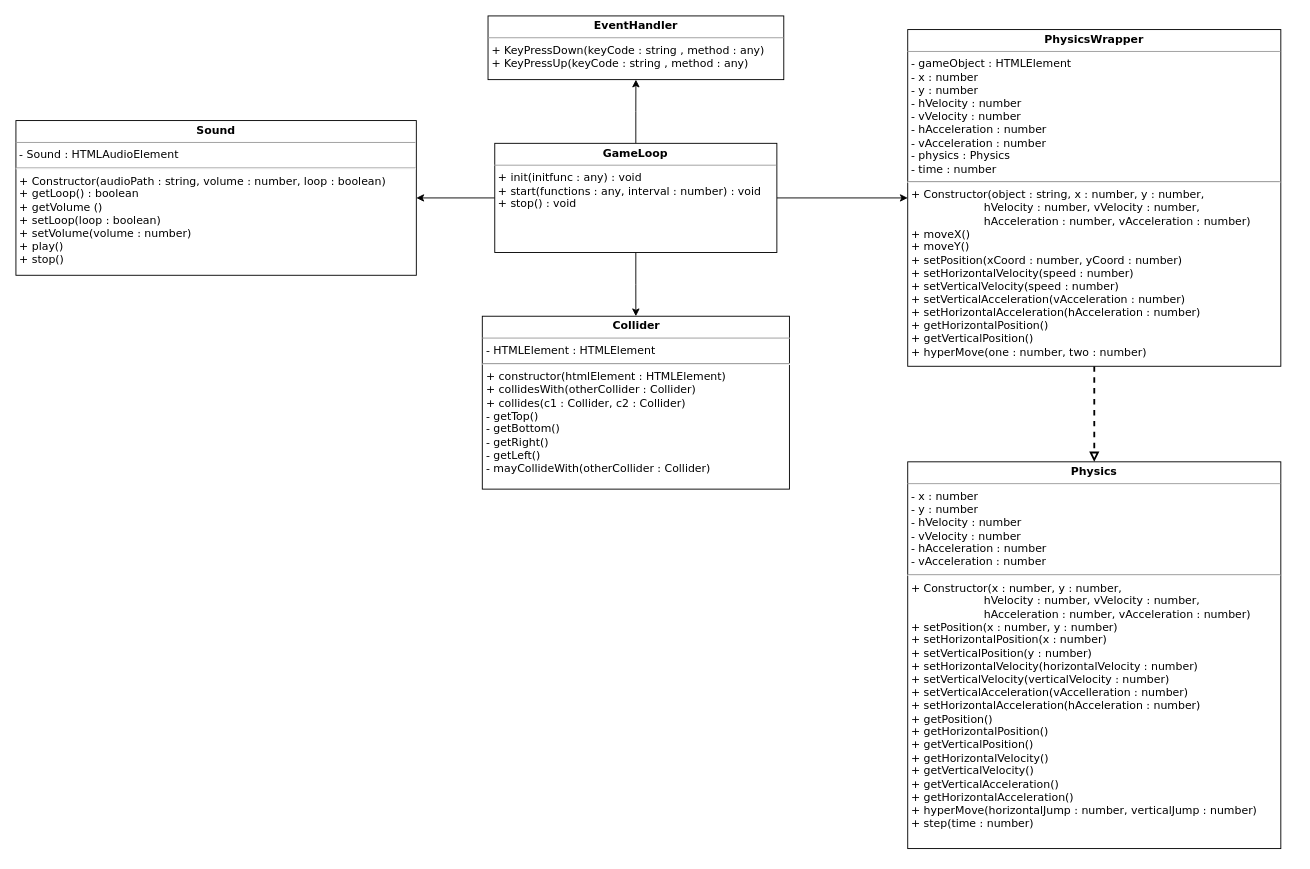
Earlier version of the draw.io diagram flappyengine/Diagrams/Class/Class.drawio (jogvanrs/flappybird2.0). Source tidied: cells renumbered, new cells numbered last; positions are measured from the earlier drawing's top-left corner, leaving out a move shared by most shapes. Both pictures are drawn from the tidied source at 91%, with x=0, y=0 at pixel (15, 15).
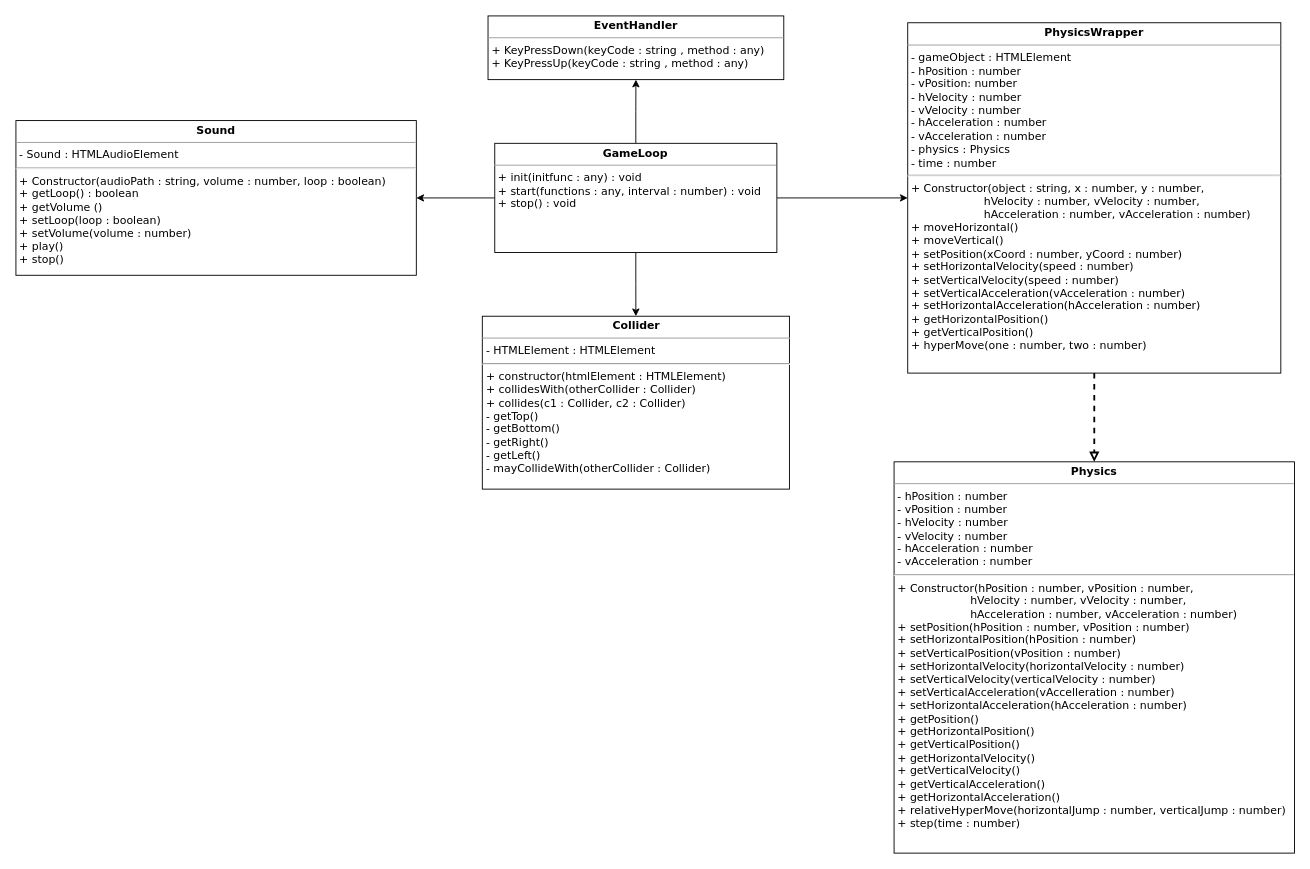
Above is the later version.

Commit message:
updated class diagram to refactored

Diff of the diagram source:
```diff
@@
 <mxGraphModel>
   <root>
     <mxCell id="0" />
     <mxCell id="1" parent="0" />
     <mxCell id="2" style="edgeStyle=orthogonalEdgeStyle;rounded=0;jettySize=auto;html=1;" parent="1" edge="1" source="6" target="12">
       <mxGeometry relative="1" as="geometry" />
     </mxCell>
     <mxCell id="3" style="edgeStyle=orthogonalEdgeStyle;rounded=0;jettySize=auto;html=1;entryX=0.5;entryY=1;entryDx=0;entryDy=0;" parent="1" edge="1" source="6" target="7">
       <mxGeometry relative="1" as="geometry" />
     </mxCell>
     <mxCell id="4" style="edgeStyle=orthogonalEdgeStyle;rounded=0;jettySize=auto;html=1;entryX=0.5;entryY=0;entryDx=0;entryDy=0;" parent="1" edge="1" source="6" target="8">
       <mxGeometry relative="1" as="geometry" />
     </mxCell>
     <mxCell id="5" style="edgeStyle=orthogonalEdgeStyle;rounded=0;jettySize=auto;html=1;" parent="1" edge="1" source="6" target="13">
       <mxGeometry relative="1" as="geometry" />
     </mxCell>
     <mxCell id="6" value="&lt;p style=&quot;margin: 0px ; margin-top: 4px ; text-align: center&quot;&gt;&lt;b&gt;&lt;font face=&quot;Verdana&quot;&gt;GameLoop&lt;/font&gt;&lt;/b&gt;&lt;/p&gt;&lt;hr size=&quot;1&quot;&gt;&lt;p style=&quot;margin: 0px ; margin-left: 4px&quot;&gt;&lt;font face=&quot;Verdana&quot;&gt;+ init(initfunc : any) : void&lt;br&gt;+ start(functions : any, interval : number) : void&amp;nbsp;&lt;/font&gt;&lt;/p&gt;&lt;p style=&quot;margin: 0px ; margin-left: 4px&quot;&gt;&lt;font face=&quot;Verdana&quot;&gt;+ stop() : void&lt;/font&gt;&lt;/p&gt;" style="verticalAlign=top;align=left;overflow=fill;fontSize=12;fontFamily=Helvetica;html=1;" parent="1" vertex="1">
       <mxGeometry x="526.2" y="140" width="310" height="120" as="geometry" />
     </mxCell>
     <mxCell id="7" value="&lt;p style=&quot;margin: 0px ; margin-top: 4px ; text-align: center&quot;&gt;&lt;font face=&quot;Verdana&quot;&gt;&lt;b&gt;EventHandler&lt;/b&gt;&lt;/font&gt;&lt;/p&gt;&lt;hr size=&quot;1&quot;&gt;&lt;p style=&quot;margin: 0px ; margin-left: 4px&quot;&gt;&lt;span style=&quot;font-family: &amp;#34;verdana&amp;#34;&quot;&gt;+ KeyPressDown(keyCode : string , method : any)&lt;/span&gt;&lt;br&gt;&lt;/p&gt;&lt;p style=&quot;margin: 0px ; margin-left: 4px&quot;&gt;&lt;span style=&quot;font-family: &amp;#34;verdana&amp;#34;&quot;&gt;+ KeyPressUp(keyCode : string , method : any)&lt;/span&gt;&lt;br&gt;&lt;/p&gt;" style="verticalAlign=top;align=left;overflow=fill;fontSize=12;fontFamily=Helvetica;html=1;" parent="1" vertex="1">
       <mxGeometry x="518.8" width="325" height="70" as="geometry" />
     </mxCell>
     <mxCell id="8" value="&lt;p style=&quot;margin: 0px ; margin-top: 4px ; text-align: center&quot;&gt;&lt;b&gt;&lt;font face=&quot;Verdana&quot;&gt;Collider&lt;/font&gt;&lt;/b&gt;&lt;/p&gt;&lt;hr size=&quot;1&quot;&gt;&lt;p style=&quot;margin: 0px ; margin-left: 4px&quot;&gt;&lt;font face=&quot;Verdana&quot;&gt;- HTMLElement : HTMLElement&lt;/font&gt;&lt;/p&gt;&lt;hr&gt;&lt;p style=&quot;margin: 0px 0px 0px 4px&quot;&gt;&lt;font face=&quot;Verdana&quot;&gt;+ constructor(htmlElement : HTMLElement)&lt;/font&gt;&lt;/p&gt;&lt;p style=&quot;margin: 0px 0px 0px 4px&quot;&gt;&lt;font face=&quot;Verdana&quot;&gt;+ collidesWith(otherCollider : Collider)&lt;/font&gt;&lt;/p&gt;&lt;p style=&quot;margin: 0px 0px 0px 4px&quot;&gt;&lt;font face=&quot;Verdana&quot;&gt;+ collides(c1 : Collider, c2 : Collider)&lt;/font&gt;&lt;/p&gt;&lt;p style=&quot;margin: 0px 0px 0px 4px&quot;&gt;&lt;font face=&quot;Verdana&quot;&gt;- getTop()&lt;/font&gt;&lt;/p&gt;&lt;p style=&quot;margin: 0px 0px 0px 4px&quot;&gt;&lt;font face=&quot;Verdana&quot;&gt;- getBottom()&lt;/font&gt;&lt;/p&gt;&lt;p style=&quot;margin: 0px 0px 0px 4px&quot;&gt;&lt;font face=&quot;Verdana&quot;&gt;- getRight()&lt;/font&gt;&lt;/p&gt;&lt;p style=&quot;margin: 0px 0px 0px 4px&quot;&gt;&lt;font face=&quot;Verdana&quot;&gt;- getLeft()&lt;/font&gt;&lt;/p&gt;&lt;p style=&quot;margin: 0px 0px 0px 4px&quot;&gt;&lt;font face=&quot;Verdana&quot;&gt;- mayCollideWith(otherCollider : Collider)&lt;/font&gt;&lt;/p&gt;" style="verticalAlign=top;align=left;overflow=fill;fontSize=12;fontFamily=Helvetica;html=1;" parent="1" vertex="1">
       <mxGeometry x="512.5" y="330" width="337.5" height="190" as="geometry" />
     </mxCell>
-    <mxCell id="9" value="&lt;p style=&quot;margin: 0px ; margin-top: 4px ; text-align: center&quot;&gt;&lt;b&gt;&lt;font face=&quot;Verdana&quot;&gt;Physics&lt;/font&gt;&lt;/b&gt;&lt;/p&gt;&lt;hr size=&quot;1&quot;&gt;&lt;p style=&quot;margin: 0px ; margin-left: 4px&quot;&gt;&lt;font face=&quot;Verdana&quot;&gt;- x : number&lt;/font&gt;&lt;/p&gt;&lt;p style=&quot;margin: 0px ; margin-left: 4px&quot;&gt;&lt;font face=&quot;Verdana&quot;&gt;- y : number&lt;/font&gt;&lt;/p&gt;&lt;p style=&quot;margin: 0px ; margin-left: 4px&quot;&gt;&lt;font face=&quot;Verdana&quot;&gt;- hVelocity : number&lt;/font&gt;&lt;/p&gt;&lt;p style=&quot;margin: 0px ; margin-left: 4px&quot;&gt;&lt;font face=&quot;Verdana&quot;&gt;- vVelocity : number&lt;/font&gt;&lt;/p&gt;&lt;p style=&quot;margin: 0px ; margin-left: 4px&quot;&gt;&lt;font face=&quot;Verdana&quot;&gt;- hAcceleration : number&lt;/font&gt;&lt;/p&gt;&lt;p style=&quot;margin: 0px ; margin-left: 4px&quot;&gt;&lt;font face=&quot;Verdana&quot;&gt;- vAcceleration : number&lt;/font&gt;&lt;/p&gt;&lt;hr&gt;&lt;p style=&quot;margin: 0px 0px 0px 4px&quot;&gt;&lt;font face=&quot;Verdana&quot;&gt;+ Constructor(x : number, y : number,&lt;/font&gt;&lt;/p&gt;&lt;p style=&quot;margin: 0px 0px 0px 4px&quot;&gt;&lt;font face=&quot;Verdana&quot;&gt;&amp;nbsp; &amp;nbsp; &amp;nbsp; &amp;nbsp; &amp;nbsp; &amp;nbsp; &amp;nbsp; &amp;nbsp; &amp;nbsp; &amp;nbsp; &amp;nbsp;hVelocity : number, vVelocity : number,&lt;/font&gt;&lt;/p&gt;&lt;p style=&quot;margin: 0px 0px 0px 4px&quot;&gt;&lt;font face=&quot;Verdana&quot;&gt;&amp;nbsp; &amp;nbsp; &amp;nbsp; &amp;nbsp; &amp;nbsp; &amp;nbsp; &amp;nbsp; &amp;nbsp; &amp;nbsp; &amp;nbsp; &amp;nbsp;hAcceleration : number, vAcceleration : number)&amp;nbsp;&lt;/font&gt;&lt;/p&gt;&lt;p style=&quot;margin: 0px 0px 0px 4px&quot;&gt;&lt;font face=&quot;Verdana&quot;&gt;+ setPosition(x : number, y : number)&lt;/font&gt;&lt;/p&gt;&lt;p style=&quot;margin: 0px 0px 0px 4px&quot;&gt;&lt;font face=&quot;Verdana&quot;&gt;+ setHorizontalPosition(x : number)&lt;/font&gt;&lt;/p&gt;&lt;p style=&quot;margin: 0px 0px 0px 4px&quot;&gt;&lt;font face=&quot;Verdana&quot;&gt;+ setVerticalPosition(y : number)&lt;/font&gt;&lt;/p&gt;&lt;p style=&quot;margin: 0px 0px 0px 4px&quot;&gt;&lt;font face=&quot;Verdana&quot;&gt;+ setHorizontalVelocity(horizontalVelocity : number)&lt;/font&gt;&lt;/p&gt;&lt;p style=&quot;margin: 0px 0px 0px 4px&quot;&gt;&lt;font face=&quot;Verdana&quot;&gt;+ setVerticalVelocity(verticalVelocity : number)&amp;nbsp;&lt;/font&gt;&lt;/p&gt;&lt;p style=&quot;margin: 0px 0px 0px 4px&quot;&gt;&lt;font face=&quot;Verdana&quot;&gt;+ setVerticalAcceleration(vAccelleration : number)&lt;/font&gt;&lt;/p&gt;&lt;p style=&quot;margin: 0px 0px 0px 4px&quot;&gt;&lt;font face=&quot;Verdana&quot;&gt;+ setHorizontalAcceleration(hAcceleration : number)&lt;/font&gt;&lt;/p&gt;&lt;p style=&quot;margin: 0px 0px 0px 4px&quot;&gt;&lt;font face=&quot;Verdana&quot;&gt;+ getPosition()&lt;/font&gt;&lt;/p&gt;&lt;p style=&quot;margin: 0px 0px 0px 4px&quot;&gt;&lt;font face=&quot;Verdana&quot;&gt;+ getHorizontalPosition()&lt;/font&gt;&lt;/p&gt;&lt;p style=&quot;margin: 0px 0px 0px 4px&quot;&gt;&lt;font face=&quot;Verdana&quot;&gt;+ getVerticalPosition()&lt;/font&gt;&lt;/p&gt;&lt;p style=&quot;margin: 0px 0px 0px 4px&quot;&gt;&lt;font face=&quot;Verdana&quot;&gt;+ getHorizontalVelocity()&lt;/font&gt;&lt;/p&gt;&lt;p style=&quot;margin: 0px 0px 0px 4px&quot;&gt;&lt;font face=&quot;Verdana&quot;&gt;+ getVerticalVelocity()&amp;nbsp;&lt;/font&gt;&lt;/p&gt;&lt;p style=&quot;margin: 0px 0px 0px 4px&quot;&gt;&lt;font face=&quot;Verdana&quot;&gt;+ getVerticalAcceleration()&lt;/font&gt;&lt;/p&gt;&lt;p style=&quot;margin: 0px 0px 0px 4px&quot;&gt;&lt;font face=&quot;Verdana&quot;&gt;+ getHorizontalAcceleration()&lt;/font&gt;&lt;/p&gt;&lt;p style=&quot;margin: 0px 0px 0px 4px&quot;&gt;&lt;font face=&quot;Verdana&quot;&gt;+ hyperMove(horizontalJump : number, verticalJump : number)&lt;/font&gt;&lt;/p&gt;&lt;p style=&quot;margin: 0px 0px 0px 4px&quot;&gt;&lt;font face=&quot;Verdana&quot;&gt;+ step(time : number)&lt;/font&gt;&lt;/p&gt;" style="verticalAlign=top;align=left;overflow=fill;fontSize=12;fontFamily=Helvetica;html=1;" parent="1" vertex="1">
-      <mxGeometry x="980" y="490" width="410" height="425" as="geometry" />
+    <mxCell id="9" value="&lt;p style=&quot;margin: 0px ; margin-top: 4px ; text-align: center&quot;&gt;&lt;b&gt;&lt;font face=&quot;Verdana&quot;&gt;Physics&lt;/font&gt;&lt;/b&gt;&lt;/p&gt;&lt;hr size=&quot;1&quot;&gt;&lt;p style=&quot;margin: 0px ; margin-left: 4px&quot;&gt;&lt;font face=&quot;Verdana&quot;&gt;- hPosition : number&lt;/font&gt;&lt;/p&gt;&lt;p style=&quot;margin: 0px ; margin-left: 4px&quot;&gt;&lt;font face=&quot;Verdana&quot;&gt;- vPosition : number&lt;/font&gt;&lt;/p&gt;&lt;p style=&quot;margin: 0px ; margin-left: 4px&quot;&gt;&lt;font face=&quot;Verdana&quot;&gt;- hVelocity : number&lt;/font&gt;&lt;/p&gt;&lt;p style=&quot;margin: 0px ; margin-left: 4px&quot;&gt;&lt;font face=&quot;Verdana&quot;&gt;- vVelocity : number&lt;/font&gt;&lt;/p&gt;&lt;p style=&quot;margin: 0px ; margin-left: 4px&quot;&gt;&lt;font face=&quot;Verdana&quot;&gt;- hAcceleration : number&lt;/font&gt;&lt;/p&gt;&lt;p style=&quot;margin: 0px ; margin-left: 4px&quot;&gt;&lt;font face=&quot;Verdana&quot;&gt;- vAcceleration : number&lt;/font&gt;&lt;/p&gt;&lt;hr&gt;&lt;p style=&quot;margin: 0px 0px 0px 4px&quot;&gt;&lt;font face=&quot;Verdana&quot;&gt;+ Constructor(hPosition : number, vPosition : number,&lt;/font&gt;&lt;/p&gt;&lt;p style=&quot;margin: 0px 0px 0px 4px&quot;&gt;&lt;font face=&quot;Verdana&quot;&gt;&amp;nbsp; &amp;nbsp; &amp;nbsp; &amp;nbsp; &amp;nbsp; &amp;nbsp; &amp;nbsp; &amp;nbsp; &amp;nbsp; &amp;nbsp; &amp;nbsp;hVelocity : number, vVelocity : number,&lt;/font&gt;&lt;/p&gt;&lt;p style=&quot;margin: 0px 0px 0px 4px&quot;&gt;&lt;font face=&quot;Verdana&quot;&gt;&amp;nbsp; &amp;nbsp; &amp;nbsp; &amp;nbsp; &amp;nbsp; &amp;nbsp; &amp;nbsp; &amp;nbsp; &amp;nbsp; &amp;nbsp; &amp;nbsp;hAcceleration : number, vAcceleration : number)&amp;nbsp;&lt;/font&gt;&lt;/p&gt;&lt;p style=&quot;margin: 0px 0px 0px 4px&quot;&gt;&lt;font face=&quot;Verdana&quot;&gt;+ setPosition(hPosition : number, vPosition : number)&lt;/font&gt;&lt;/p&gt;&lt;p style=&quot;margin: 0px 0px 0px 4px&quot;&gt;&lt;font face=&quot;Verdana&quot;&gt;+ setHorizontalPosition(hPosition : number)&lt;/font&gt;&lt;/p&gt;&lt;p style=&quot;margin: 0px 0px 0px 4px&quot;&gt;&lt;font face=&quot;Verdana&quot;&gt;+ setVerticalPosition(vPosition : number)&lt;/font&gt;&lt;/p&gt;&lt;p style=&quot;margin: 0px 0px 0px 4px&quot;&gt;&lt;font face=&quot;Verdana&quot;&gt;+ setHorizontalVelocity(horizontalVelocity : number)&lt;/font&gt;&lt;/p&gt;&lt;p style=&quot;margin: 0px 0px 0px 4px&quot;&gt;&lt;font face=&quot;Verdana&quot;&gt;+ setVerticalVelocity(verticalVelocity : number)&amp;nbsp;&lt;/font&gt;&lt;/p&gt;&lt;p style=&quot;margin: 0px 0px 0px 4px&quot;&gt;&lt;font face=&quot;Verdana&quot;&gt;+ setVerticalAcceleration(vAccelleration : number)&lt;/font&gt;&lt;/p&gt;&lt;p style=&quot;margin: 0px 0px 0px 4px&quot;&gt;&lt;font face=&quot;Verdana&quot;&gt;+ setHorizontalAcceleration(hAcceleration : number)&lt;/font&gt;&lt;/p&gt;&lt;p style=&quot;margin: 0px 0px 0px 4px&quot;&gt;&lt;font face=&quot;Verdana&quot;&gt;+ getPosition()&lt;/font&gt;&lt;/p&gt;&lt;p style=&quot;margin: 0px 0px 0px 4px&quot;&gt;&lt;font face=&quot;Verdana&quot;&gt;+ getHorizontalPosition()&lt;/font&gt;&lt;/p&gt;&lt;p style=&quot;margin: 0px 0px 0px 4px&quot;&gt;&lt;font face=&quot;Verdana&quot;&gt;+ getVerticalPosition()&lt;/font&gt;&lt;/p&gt;&lt;p style=&quot;margin: 0px 0px 0px 4px&quot;&gt;&lt;font face=&quot;Verdana&quot;&gt;+ getHorizontalVelocity()&lt;/font&gt;&lt;/p&gt;&lt;p style=&quot;margin: 0px 0px 0px 4px&quot;&gt;&lt;font face=&quot;Verdana&quot;&gt;+ getVerticalVelocity()&amp;nbsp;&lt;/font&gt;&lt;/p&gt;&lt;p style=&quot;margin: 0px 0px 0px 4px&quot;&gt;&lt;font face=&quot;Verdana&quot;&gt;+ getVerticalAcceleration()&lt;/font&gt;&lt;/p&gt;&lt;p style=&quot;margin: 0px 0px 0px 4px&quot;&gt;&lt;font face=&quot;Verdana&quot;&gt;+ getHorizontalAcceleration()&lt;/font&gt;&lt;/p&gt;&lt;p style=&quot;margin: 0px 0px 0px 4px&quot;&gt;&lt;font face=&quot;Verdana&quot;&gt;+ relativeHyperMove(horizontalJump : number, verticalJump : number)&lt;/font&gt;&lt;/p&gt;&lt;p style=&quot;margin: 0px 0px 0px 4px&quot;&gt;&lt;font face=&quot;Verdana&quot;&gt;+ step(time : number)&lt;/font&gt;&lt;/p&gt;" style="verticalAlign=top;align=left;overflow=fill;fontSize=12;fontFamily=Helvetica;html=1;" parent="1" vertex="1">
+      <mxGeometry x="965" y="490" width="440" height="430" as="geometry" />
     </mxCell>
     <mxCell id="10" style="edgeStyle=orthogonalEdgeStyle;rounded=0;orthogonalLoop=1;jettySize=auto;html=1;exitX=0.5;exitY=1;exitDx=0;exitDy=0;" parent="1" edge="1" source="6" target="6">
       <mxGeometry relative="1" as="geometry" />
     </mxCell>
     <mxCell id="11" style="edgeStyle=orthogonalEdgeStyle;rounded=0;jettySize=auto;html=1;dashed=1;strokeWidth=2;endArrow=block;endFill=0;" parent="1" edge="1" source="12" target="9">
       <mxGeometry relative="1" as="geometry" />
     </mxCell>
-    <mxCell id="12" value="&lt;p style=&quot;margin: 0px ; margin-top: 4px ; text-align: center&quot;&gt;&lt;b&gt;&lt;font face=&quot;Verdana&quot;&gt;PhysicsWrapper&lt;/font&gt;&lt;/b&gt;&lt;/p&gt;&lt;hr size=&quot;1&quot;&gt;&lt;p style=&quot;margin: 0px ; margin-left: 4px&quot;&gt;&lt;font face=&quot;Verdana&quot;&gt;- gameObject : HTMLElement&lt;/font&gt;&lt;/p&gt;&lt;p style=&quot;margin: 0px ; margin-left: 4px&quot;&gt;&lt;font face=&quot;Verdana&quot;&gt;- x : number&lt;/font&gt;&lt;/p&gt;&lt;p style=&quot;margin: 0px ; margin-left: 4px&quot;&gt;&lt;font face=&quot;Verdana&quot;&gt;- y : number&lt;/font&gt;&lt;/p&gt;&lt;p style=&quot;margin: 0px ; margin-left: 4px&quot;&gt;&lt;font face=&quot;Verdana&quot;&gt;- hVelocity : number&lt;/font&gt;&lt;/p&gt;&lt;p style=&quot;margin: 0px ; margin-left: 4px&quot;&gt;&lt;font face=&quot;Verdana&quot;&gt;- vVelocity : number&lt;/font&gt;&lt;/p&gt;&lt;p style=&quot;margin: 0px ; margin-left: 4px&quot;&gt;&lt;font face=&quot;Verdana&quot;&gt;- hAcceleration : number&lt;/font&gt;&lt;/p&gt;&lt;p style=&quot;margin: 0px ; margin-left: 4px&quot;&gt;&lt;font face=&quot;Verdana&quot;&gt;- vAcceleration : number&lt;/font&gt;&lt;/p&gt;&lt;p style=&quot;margin: 0px ; margin-left: 4px&quot;&gt;&lt;font face=&quot;Verdana&quot;&gt;- physics : Physics&lt;/font&gt;&lt;/p&gt;&lt;p style=&quot;margin: 0px ; margin-left: 4px&quot;&gt;&lt;font face=&quot;Verdana&quot;&gt;- time : number&lt;/font&gt;&lt;/p&gt;&lt;hr&gt;&lt;p style=&quot;margin: 0px 0px 0px 4px&quot;&gt;&lt;font face=&quot;Verdana&quot;&gt;+ Constructor(object : string, x : number, y : number,&lt;/font&gt;&lt;/p&gt;&lt;p style=&quot;margin: 0px 0px 0px 4px&quot;&gt;&lt;font face=&quot;Verdana&quot;&gt;&amp;nbsp; &amp;nbsp; &amp;nbsp; &amp;nbsp; &amp;nbsp; &amp;nbsp; &amp;nbsp; &amp;nbsp; &amp;nbsp; &amp;nbsp; &amp;nbsp;hVelocity : number, vVelocity : number,&lt;/font&gt;&lt;/p&gt;&lt;p style=&quot;margin: 0px 0px 0px 4px&quot;&gt;&lt;font face=&quot;Verdana&quot;&gt;&amp;nbsp; &amp;nbsp; &amp;nbsp; &amp;nbsp; &amp;nbsp; &amp;nbsp; &amp;nbsp; &amp;nbsp; &amp;nbsp; &amp;nbsp; &amp;nbsp;hAcceleration : number, vAcceleration : number)&amp;nbsp;&lt;/font&gt;&lt;/p&gt;&lt;p style=&quot;margin: 0px 0px 0px 4px&quot;&gt;&lt;font face=&quot;Verdana&quot;&gt;+ moveX()&lt;/font&gt;&lt;/p&gt;&lt;p style=&quot;margin: 0px 0px 0px 4px&quot;&gt;&lt;font face=&quot;Verdana&quot;&gt;+ moveY()&lt;/font&gt;&lt;/p&gt;&lt;p style=&quot;margin: 0px 0px 0px 4px&quot;&gt;&lt;font face=&quot;Verdana&quot;&gt;+ setPosition(xCoord : number, yCoord : number)&lt;/font&gt;&lt;/p&gt;&lt;p style=&quot;margin: 0px 0px 0px 4px&quot;&gt;&lt;font face=&quot;Verdana&quot;&gt;+ setHorizontalVelocity(speed : number)&lt;/font&gt;&lt;/p&gt;&lt;p style=&quot;margin: 0px 0px 0px 4px&quot;&gt;&lt;font face=&quot;Verdana&quot;&gt;+ setVerticalVelocity(speed : number)&amp;nbsp;&lt;/font&gt;&lt;/p&gt;&lt;p style=&quot;margin: 0px 0px 0px 4px&quot;&gt;&lt;font face=&quot;Verdana&quot;&gt;+ setVerticalAcceleration(vAcceleration : number)&lt;/font&gt;&lt;/p&gt;&lt;p style=&quot;margin: 0px 0px 0px 4px&quot;&gt;&lt;font face=&quot;Verdana&quot;&gt;+ setHorizontalAcceleration(hAcceleration : number)&lt;/font&gt;&lt;/p&gt;&lt;p style=&quot;margin: 0px 0px 0px 4px&quot;&gt;&lt;font face=&quot;Verdana&quot;&gt;+ getHorizontalPosition()&lt;/font&gt;&lt;/p&gt;&lt;p style=&quot;margin: 0px 0px 0px 4px&quot;&gt;&lt;font face=&quot;Verdana&quot;&gt;+ getVerticalPosition()&lt;/font&gt;&lt;/p&gt;&lt;p style=&quot;margin: 0px 0px 0px 4px&quot;&gt;&lt;font face=&quot;Verdana&quot;&gt;+ hyperMove(one : number, two : number)&lt;/font&gt;&lt;/p&gt;" style="verticalAlign=top;align=left;overflow=fill;fontSize=12;fontFamily=Helvetica;html=1;" parent="1" vertex="1">
-      <mxGeometry x="980" y="15" width="410" height="370" as="geometry" />
+    <mxCell id="12" value="&lt;p style=&quot;margin: 0px ; margin-top: 4px ; text-align: center&quot;&gt;&lt;b&gt;&lt;font face=&quot;Verdana&quot;&gt;PhysicsWrapper&lt;/font&gt;&lt;/b&gt;&lt;/p&gt;&lt;hr size=&quot;1&quot;&gt;&lt;p style=&quot;margin: 0px ; margin-left: 4px&quot;&gt;&lt;font face=&quot;Verdana&quot;&gt;- gameObject : HTMLElement&lt;/font&gt;&lt;/p&gt;&lt;p style=&quot;margin: 0px ; margin-left: 4px&quot;&gt;&lt;font face=&quot;Verdana&quot;&gt;- hPosition : number&lt;/font&gt;&lt;/p&gt;&lt;p style=&quot;margin: 0px ; margin-left: 4px&quot;&gt;&lt;font face=&quot;Verdana&quot;&gt;- vPosition: number&lt;/font&gt;&lt;/p&gt;&lt;p style=&quot;margin: 0px ; margin-left: 4px&quot;&gt;&lt;font face=&quot;Verdana&quot;&gt;- hVelocity : number&lt;/font&gt;&lt;/p&gt;&lt;p style=&quot;margin: 0px ; margin-left: 4px&quot;&gt;&lt;font face=&quot;Verdana&quot;&gt;- vVelocity : number&lt;/font&gt;&lt;/p&gt;&lt;p style=&quot;margin: 0px ; margin-left: 4px&quot;&gt;&lt;font face=&quot;Verdana&quot;&gt;- hAcceleration : number&lt;/font&gt;&lt;/p&gt;&lt;p style=&quot;margin: 0px ; margin-left: 4px&quot;&gt;&lt;font face=&quot;Verdana&quot;&gt;- vAcceleration : number&lt;/font&gt;&lt;/p&gt;&lt;p style=&quot;margin: 0px ; margin-left: 4px&quot;&gt;&lt;font face=&quot;Verdana&quot;&gt;- physics : Physics&lt;/font&gt;&lt;/p&gt;&lt;p style=&quot;margin: 0px ; margin-left: 4px&quot;&gt;&lt;font face=&quot;Verdana&quot;&gt;- time : number&lt;/font&gt;&lt;/p&gt;&lt;hr&gt;&lt;p style=&quot;margin: 0px 0px 0px 4px&quot;&gt;&lt;font face=&quot;Verdana&quot;&gt;+ Constructor(object : string, x : number, y : number,&lt;/font&gt;&lt;/p&gt;&lt;p style=&quot;margin: 0px 0px 0px 4px&quot;&gt;&lt;font face=&quot;Verdana&quot;&gt;&amp;nbsp; &amp;nbsp; &amp;nbsp; &amp;nbsp; &amp;nbsp; &amp;nbsp; &amp;nbsp; &amp;nbsp; &amp;nbsp; &amp;nbsp; &amp;nbsp;hVelocity : number, vVelocity : number,&lt;/font&gt;&lt;/p&gt;&lt;p style=&quot;margin: 0px 0px 0px 4px&quot;&gt;&lt;font face=&quot;Verdana&quot;&gt;&amp;nbsp; &amp;nbsp; &amp;nbsp; &amp;nbsp; &amp;nbsp; &amp;nbsp; &amp;nbsp; &amp;nbsp; &amp;nbsp; &amp;nbsp; &amp;nbsp;hAcceleration : number, vAcceleration : number)&amp;nbsp;&lt;/font&gt;&lt;/p&gt;&lt;p style=&quot;margin: 0px 0px 0px 4px&quot;&gt;&lt;font face=&quot;Verdana&quot;&gt;+ moveHorizontal()&lt;/font&gt;&lt;/p&gt;&lt;p style=&quot;margin: 0px 0px 0px 4px&quot;&gt;&lt;font face=&quot;Verdana&quot;&gt;+ moveVertical()&lt;/font&gt;&lt;/p&gt;&lt;p style=&quot;margin: 0px 0px 0px 4px&quot;&gt;&lt;font face=&quot;Verdana&quot;&gt;+ setPosition(xCoord : number, yCoord : number)&lt;/font&gt;&lt;/p&gt;&lt;p style=&quot;margin: 0px 0px 0px 4px&quot;&gt;&lt;font face=&quot;Verdana&quot;&gt;+ setHorizontalVelocity(speed : number)&lt;/font&gt;&lt;/p&gt;&lt;p style=&quot;margin: 0px 0px 0px 4px&quot;&gt;&lt;font face=&quot;Verdana&quot;&gt;+ setVerticalVelocity(speed : number)&amp;nbsp;&lt;/font&gt;&lt;/p&gt;&lt;p style=&quot;margin: 0px 0px 0px 4px&quot;&gt;&lt;font face=&quot;Verdana&quot;&gt;+ setVerticalAcceleration(vAcceleration : number)&lt;/font&gt;&lt;/p&gt;&lt;p style=&quot;margin: 0px 0px 0px 4px&quot;&gt;&lt;font face=&quot;Verdana&quot;&gt;+ setHorizontalAcceleration(hAcceleration : number)&lt;/font&gt;&lt;/p&gt;&lt;p style=&quot;margin: 0px 0px 0px 4px&quot;&gt;&lt;font face=&quot;Verdana&quot;&gt;+ getHorizontalPosition()&lt;/font&gt;&lt;/p&gt;&lt;p style=&quot;margin: 0px 0px 0px 4px&quot;&gt;&lt;font face=&quot;Verdana&quot;&gt;+ getVerticalPosition()&lt;/font&gt;&lt;/p&gt;&lt;p style=&quot;margin: 0px 0px 0px 4px&quot;&gt;&lt;font face=&quot;Verdana&quot;&gt;+ hyperMove(one : number, two : number)&lt;/font&gt;&lt;/p&gt;" style="verticalAlign=top;align=left;overflow=fill;fontSize=12;fontFamily=Helvetica;html=1;" parent="1" vertex="1">
+      <mxGeometry x="980" y="7.5" width="410" height="385" as="geometry" />
     </mxCell>
     <mxCell id="13" value="&lt;p style=&quot;margin: 0px ; margin-top: 4px ; text-align: center&quot;&gt;&lt;font face=&quot;Verdana&quot;&gt;&lt;b&gt;Sound&lt;/b&gt;&lt;/font&gt;&lt;/p&gt;&lt;hr size=&quot;1&quot;&gt;&lt;p style=&quot;margin: 0px ; margin-left: 4px&quot;&gt;&lt;font face=&quot;Verdana&quot;&gt;- Sound : HTMLAudioElement&lt;br&gt;&lt;/font&gt;&lt;/p&gt;&lt;hr&gt;&lt;p style=&quot;margin: 0px 0px 0px 4px&quot;&gt;&lt;font face=&quot;Verdana&quot;&gt;+ Constructor(audioPath : string, volume : number, loop : boolean)&lt;/font&gt;&lt;/p&gt;&lt;p style=&quot;margin: 0px 0px 0px 4px&quot;&gt;&lt;font face=&quot;Verdana&quot;&gt;+ getLoop() : boolean&lt;/font&gt;&lt;/p&gt;&lt;p style=&quot;margin: 0px 0px 0px 4px&quot;&gt;&lt;font face=&quot;Verdana&quot;&gt;+ getVolume ()&lt;/font&gt;&lt;/p&gt;&lt;p style=&quot;margin: 0px 0px 0px 4px&quot;&gt;&lt;font face=&quot;Verdana&quot;&gt;+ setLoop(loop : boolean)&lt;/font&gt;&lt;/p&gt;&lt;p style=&quot;margin: 0px 0px 0px 4px&quot;&gt;&lt;font face=&quot;Verdana&quot;&gt;+ setVolume(volume : number)&lt;/font&gt;&lt;/p&gt;&lt;p style=&quot;margin: 0px 0px 0px 4px&quot;&gt;&lt;font face=&quot;Verdana&quot;&gt;+ play()&lt;/font&gt;&lt;/p&gt;&lt;p style=&quot;margin: 0px 0px 0px 4px&quot;&gt;&lt;font face=&quot;Verdana&quot;&gt;+ stop()&lt;/font&gt;&lt;/p&gt;&lt;p style=&quot;margin: 0px 0px 0px 4px&quot;&gt;&lt;font face=&quot;Verdana&quot;&gt;&lt;br&gt;&lt;/font&gt;&lt;/p&gt;" style="verticalAlign=top;align=left;overflow=fill;fontSize=12;fontFamily=Helvetica;html=1;" parent="1" vertex="1">
       <mxGeometry y="115" width="440" height="170" as="geometry" />
     </mxCell>
   </root>
 </mxGraphModel>
```
